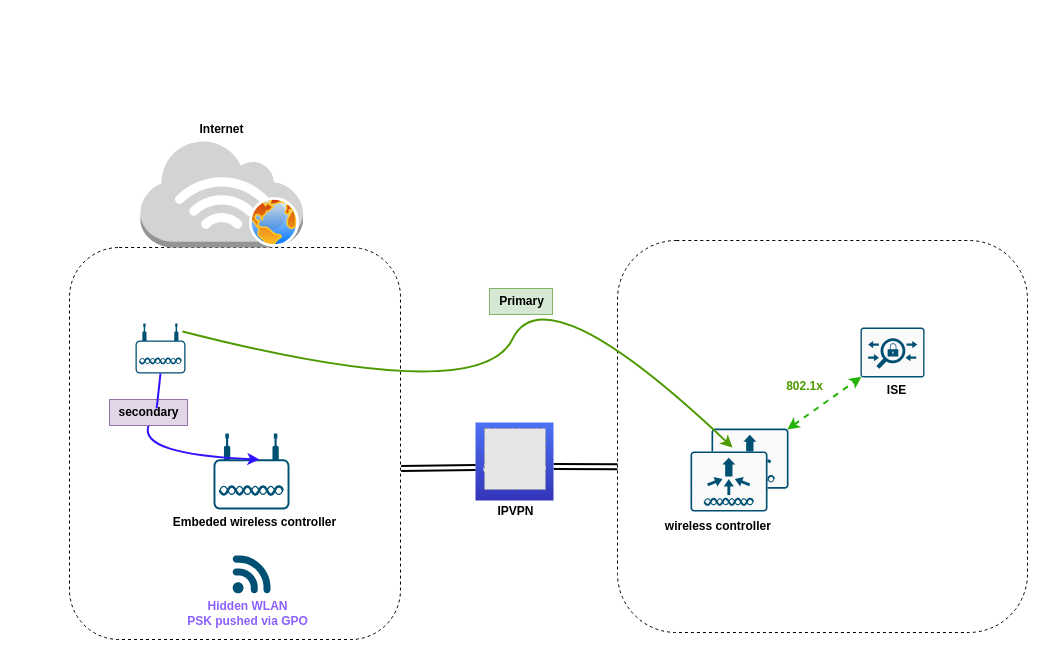
mhwwas/Terraform keeps this draw.io diagram as Untitled Diagram.drawio. Above is the earlier version. Source tidied: cells renumbered, new cells numbered last; positions are measured from the earlier drawing's top-left corner, leaving out a move shared by most shapes. Both pictures are drawn from the tidied source at 100%, with x=0, y=0 at pixel (69, 116). Pictures stored in the file or linked from it are replaced by grey dashed boxes.
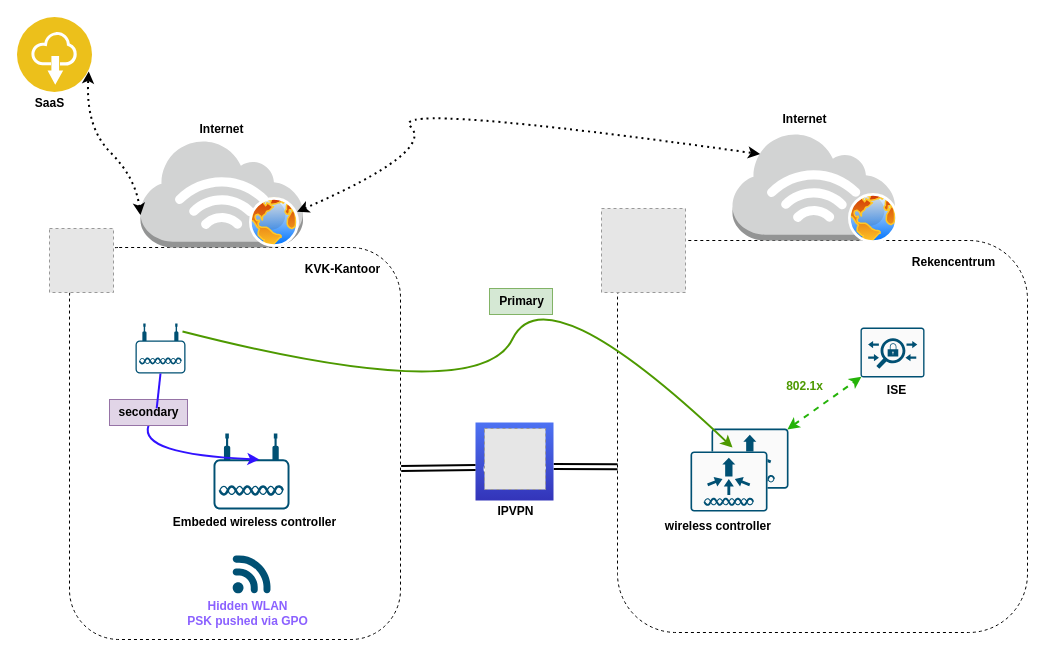
After the change.

The change refers to these unchanged cells:
```xml
<mxCell id="26" style="outlineConnect=0;dashed=0;verticalLabelPosition=bottom;verticalAlign=top;align=center;html=1;shape=mxgraph.aws3.internet_3;fillColor=#D2D3D3;gradientColor=none;labelBackgroundColor=#FFFFFF;fontColor=#000000;" parent="1" vertex="1">
  <mxGeometry x="71" y="23" width="162.5" height="108" as="geometry" />
</mxCell>
<mxCell id="27" style="perimeter=ellipsePerimeter;html=1;align=center;shadow=0;dashed=0;spacingTop=3;image;image=img/lib/active_directory/internet_globe.svg;labelBackgroundColor=#FFFFFF;fontColor=#000000;" parent="1" vertex="1">
  <mxGeometry x="180" y="81" width="50" height="50" as="geometry" />
</mxCell>
```

Diff of the diagram source:
```diff
@@
+    <mxCell id="29" value="&lt;b&gt;KVK-Kantoor&lt;/b&gt;" style="text;html=1;align=center;verticalAlign=middle;fillColor=none;strokeColor=none;rounded=0;" parent="1" vertex="1">
+      <mxGeometry x="226" y="140" width="93" height="26" as="geometry" />
+    </mxCell>
+    <mxCell id="30" value="&lt;b&gt;Rekencentrum&lt;/b&gt;" style="text;html=1;align=center;verticalAlign=middle;fillColor=none;strokeColor=none;rounded=0;" parent="1" vertex="1">
+      <mxGeometry x="833" y="133" width="101" height="26" as="geometry" />
+    </mxCell>
+    <mxCell id="31" style="fillColor=#E6E6E6;strokeColor=#999999;dashed=1;html=1;verticalAlign=top;verticalLabelPosition=bottom;labelBackgroundColor=#ffffff;" parent="1" vertex="1">
+      <mxGeometry x="-20" y="112" width="64" height="64" as="geometry" />
+    </mxCell>
+    <mxCell id="32" style="fillColor=#E6E6E6;strokeColor=#999999;dashed=1;html=1;verticalAlign=top;verticalLabelPosition=bottom;labelBackgroundColor=#ffffff;" parent="1" vertex="1">
+      <mxGeometry x="532" y="92" width="84" height="84" as="geometry" />
+    </mxCell>
+    <mxCell id="33" style="outlineConnect=0;dashed=0;verticalLabelPosition=bottom;verticalAlign=top;align=center;html=1;shape=mxgraph.aws3.internet_3;fillColor=#D2D3D3;gradientColor=none;labelBackgroundColor=#FFFFFF;fontColor=#000000;" parent="1" vertex="1">
+      <mxGeometry x="663" y="16" width="162.5" height="108" as="geometry" />
+    </mxCell>
+    <mxCell id="34" style="perimeter=ellipsePerimeter;html=1;align=center;shadow=0;dashed=0;spacingTop=3;image;image=img/lib/active_directory/internet_globe.svg;labelBackgroundColor=#FFFFFF;fontColor=#000000;" parent="1" vertex="1">
+      <mxGeometry x="779" y="77" width="50" height="50" as="geometry" />
+    </mxCell>
+    <mxCell id="35" value="&lt;b&gt;Internet&lt;/b&gt;" style="text;html=1;align=center;verticalAlign=middle;fillColor=none;strokeColor=none;rounded=0;" parent="1" vertex="1">
+      <mxGeometry x="703.5" y="-10" width="62" height="26" as="geometry" />
+    </mxCell>
+    <mxCell id="36" style="perimeter=ellipsePerimeter;html=1;align=center;shadow=0;dashed=0;fontColor=#4277BB;labelBackgroundColor=#ffffff;fontSize=12;spacingTop=3;image;image=img/lib/ibm/applications/saas_applications.svg;" parent="1" vertex="1">
+      <mxGeometry x="-52" y="-99" width="75" height="75" as="geometry" />
+    </mxCell>
+    <mxCell id="37" value="&lt;b&gt;SaaS&lt;/b&gt;" style="text;html=1;align=center;verticalAlign=middle;fillColor=none;strokeColor=none;rounded=0;" parent="1" vertex="1">
+      <mxGeometry x="-44" y="-26" width="47" height="26" as="geometry" />
+    </mxCell>
+    <mxCell id="38" style="curved=1;endArrow=classic;html=1;rounded=0;entryX=1;entryY=0.75;entryDx=0;entryDy=0;exitX=0;exitY=0.7;exitDx=0;exitDy=0;exitPerimeter=0;strokeWidth=2;startArrow=classic;startFill=1;dashed=1;dashPattern=1 2;" parent="1" edge="1" source="26" target="36">
+      <mxGeometry relative="1" as="geometry">
+        <Array as="points">
+          <mxPoint x="66" y="61" />
+          <mxPoint x="16" y="11" />
+        </Array>
+      </mxGeometry>
+    </mxCell>
+    <mxCell id="39" style="curved=1;endArrow=classic;html=1;rounded=0;dashed=1;dashPattern=1 2;strokeWidth=2;exitX=1;exitY=0.25;exitDx=0;exitDy=0;entryX=0.17;entryY=0.2;entryDx=0;entryDy=0;entryPerimeter=0;startArrow=classic;startFill=1;" parent="1" edge="1" source="27" target="33">
+      <mxGeometry relative="1" as="geometry">
+        <Array as="points">
+          <mxPoint x="366" y="35" />
+          <mxPoint x="316" y="-15" />
+        </Array>
+      </mxGeometry>
+    </mxCell>
```
